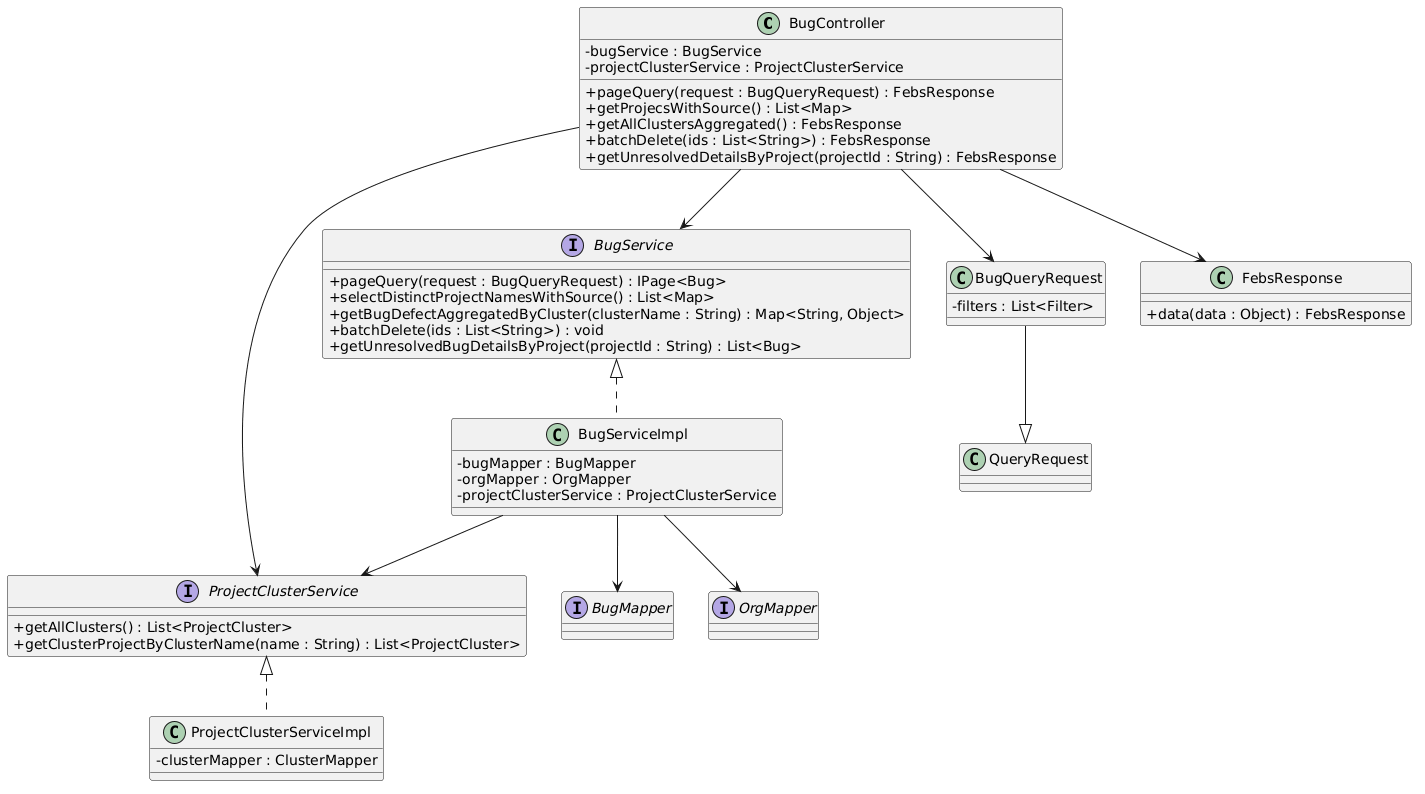
Above: imgs/cLass/缺陷管理类图.png in Moon-Knight1/SEU-Graduation-Thesis-Template (PlantUML), before the change.
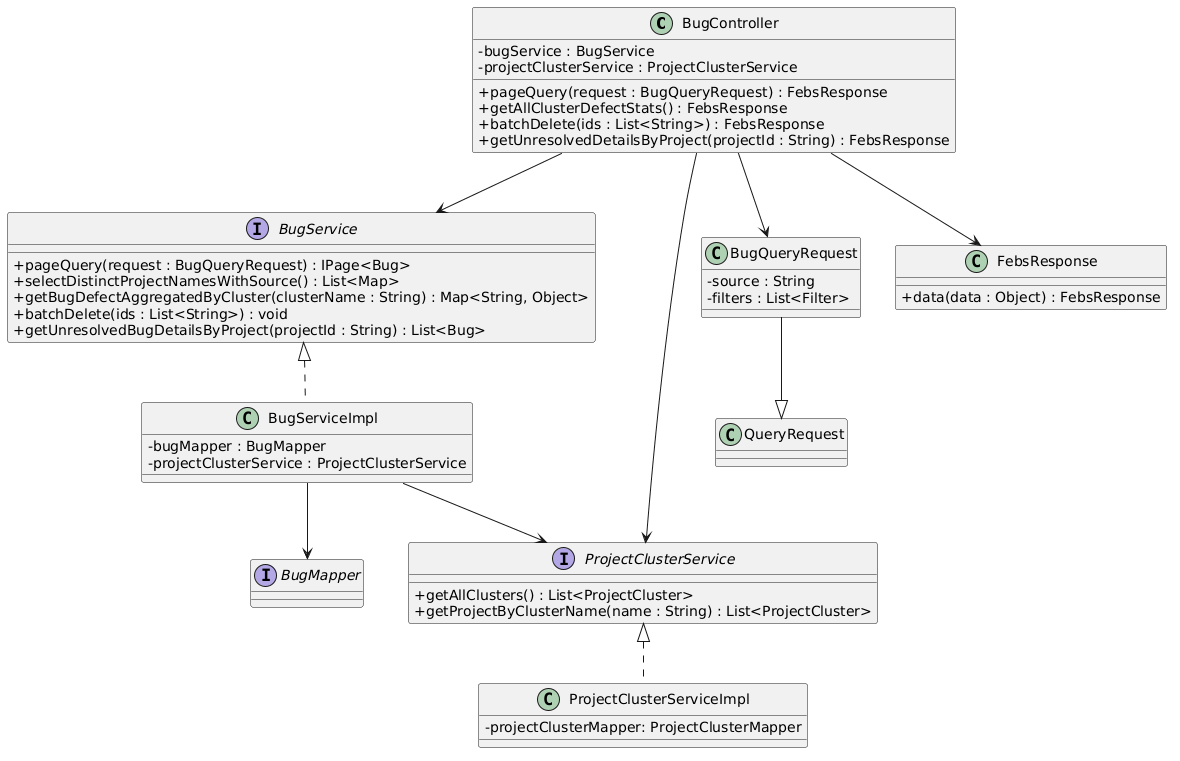
Later version of the same file.

The edit, as a diff of the source:
```diff
@@ -5,8 +5,7 @@
     - bugService : BugService
     - projectClusterService : ProjectClusterService
     + pageQuery(request : BugQueryRequest) : FebsResponse
-    + getProjecsWithSource() : List<Map>
-    + getAllClustersAggregated() : FebsResponse
+    + getAllClusterDefectStats() : FebsResponse
     + batchDelete(ids : List<String>) : FebsResponse
     + getUnresolvedDetailsByProject(projectId : String) : FebsResponse
 }
@@ -21,26 +20,25 @@
 
 interface ProjectClusterService {
     + getAllClusters() : List<ProjectCluster>
-    + getClusterProjectByClusterName(name : String) : List<ProjectCluster>
+    + getProjectByClusterName(name : String) : List<ProjectCluster>
 }
 
 class BugServiceImpl {
     - bugMapper : BugMapper
-    - orgMapper : OrgMapper
     - projectClusterService : ProjectClusterService
 }
 
 interface BugMapper{}
-interface OrgMapper{}
 
 class ProjectClusterServiceImpl {
-    - clusterMapper : ClusterMapper
+    - projectClusterMapper: ProjectClusterMapper
 }
 
 class QueryRequest {
 }
 
 class BugQueryRequest {
+    - source : String
     - filters : List<Filter>
 }
 
@@ -57,7 +55,6 @@
 ProjectClusterService <|.. ProjectClusterServiceImpl
 
 BugServiceImpl --> BugMapper
-BugServiceImpl --> OrgMapper
 BugServiceImpl --> ProjectClusterService
 
 BugQueryRequest --|> QueryRequest
```
